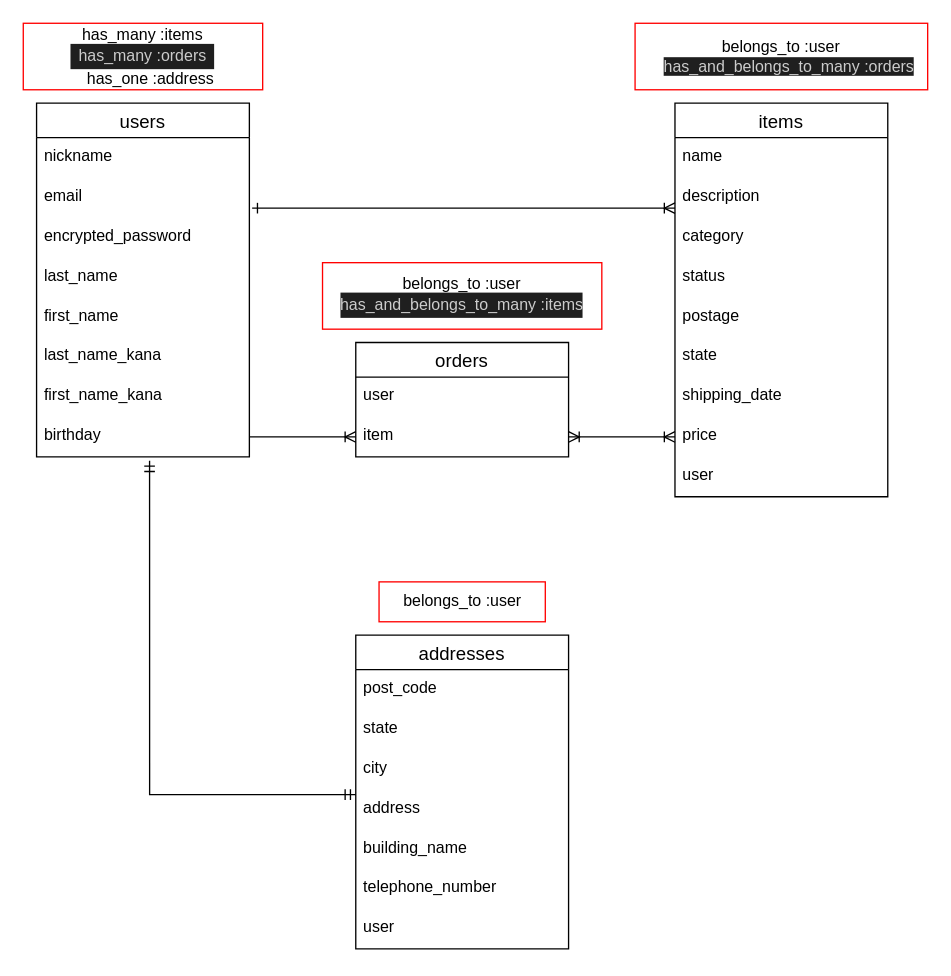
Before: ER.dio in Kazuho1222/furima-39147, a draw.io diagram. Source tidied: cells renumbered, new cells numbered last; positions are measured from the earlier drawing's top-left corner, leaving out a move shared by most shapes. Both pictures are drawn from the tidied source at 133%, with x=0, y=0 at pixel (23, 23).
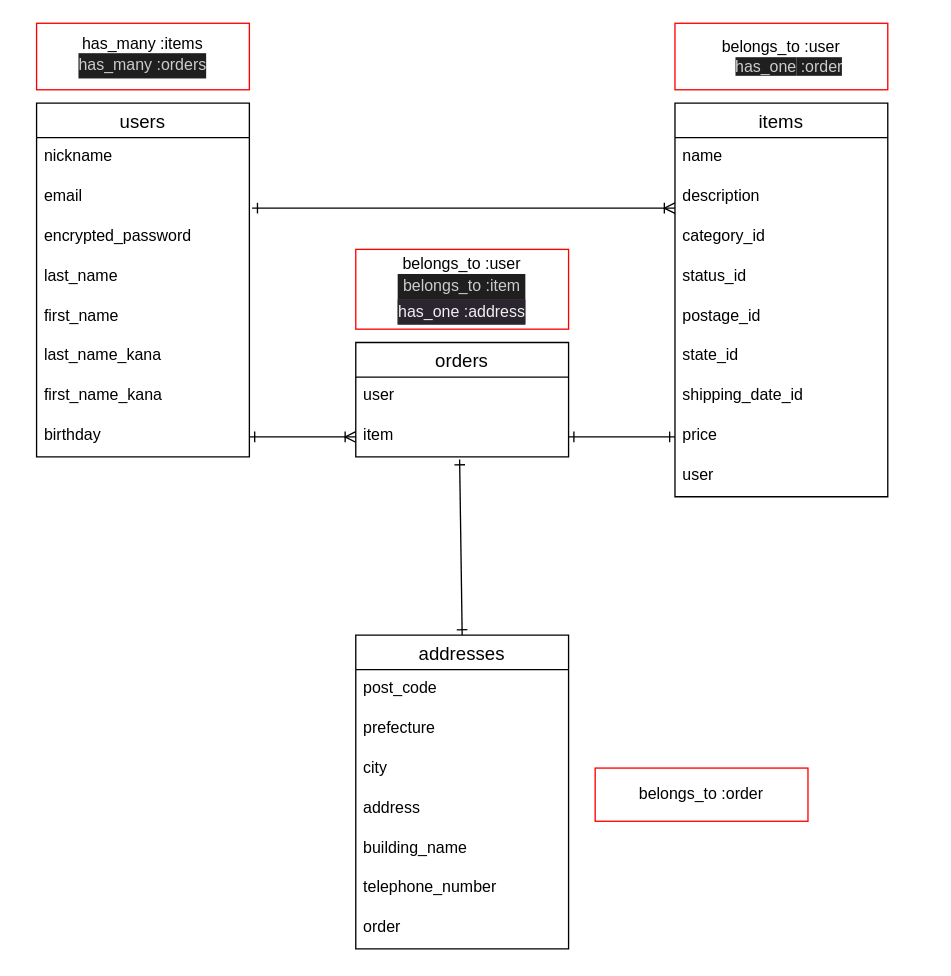
The same page after the edit.

Commit message (it also covers changes not shown here):
データベース設計の修正2

Unchanged cells that the change refers to:
```xml
<mxCell id="10" value="birthday" style="text;strokeColor=none;fillColor=none;spacingLeft=4;spacingRight=4;overflow=hidden;points=[[0,0.5],[1,0.5]];portConstraint=eastwest;fontSize=12;" parent="2" vertex="1">
  <mxGeometry y="236" width="160" height="30" as="geometry" />
</mxCell>
<mxCell id="11" value="items" style="swimlane;fontStyle=0;horizontal=1;startSize=26;align=center;fontSize=14;" parent="1" vertex="1">
  <mxGeometry x="490" y="60" width="160" height="296" as="geometry" />
</mxCell>
<mxCell id="19" value="price" style="text;strokeColor=none;fillColor=none;spacingLeft=4;spacingRight=4;overflow=hidden;points=[[0,0.5],[1,0.5]];portConstraint=eastwest;fontSize=12;" parent="11" vertex="1">
  <mxGeometry y="236" width="160" height="30" as="geometry" />
</mxCell>
<mxCell id="21" value="addresses" style="swimlane;fontStyle=0;horizontal=1;startSize=26;align=center;fontSize=14;" parent="1" vertex="1">
  <mxGeometry x="250" y="460" width="160" height="236" as="geometry" />
</mxCell>
<mxCell id="25" value="address" style="text;strokeColor=none;fillColor=none;spacingLeft=4;spacingRight=4;overflow=hidden;points=[[0,0.5],[1,0.5]];portConstraint=eastwest;fontSize=12;" parent="21" vertex="1">
  <mxGeometry y="116" width="160" height="30" as="geometry" />
</mxCell>
<mxCell id="36" value="item" style="text;strokeColor=none;fillColor=none;spacingLeft=4;spacingRight=4;overflow=hidden;points=[[0,0.5],[1,0.5]];portConstraint=eastwest;fontSize=12;" parent="34" vertex="1">
  <mxGeometry y="56" width="160" height="30" as="geometry" />
</mxCell>
```

Change to the diagram source:
```diff
@@
-    <mxCell id="14" value="category" style="text;strokeColor=none;fillColor=none;spacingLeft=4;spacingRight=4;overflow=hidden;fontSize=12;" parent="11" vertex="1">
+    <mxCell id="14" value="category_id" style="text;strokeColor=none;fillColor=none;spacingLeft=4;spacingRight=4;overflow=hidden;fontSize=12;" parent="11" vertex="1">
       <mxGeometry y="86" width="160" height="30" as="geometry" />
     </mxCell>
-    <mxCell id="15" value="status" style="text;strokeColor=none;fillColor=none;spacingLeft=4;spacingRight=4;overflow=hidden;fontSize=12;" parent="11" vertex="1">
+    <mxCell id="15" value="status_id" style="text;strokeColor=none;fillColor=none;spacingLeft=4;spacingRight=4;overflow=hidden;fontSize=12;" parent="11" vertex="1">
       <mxGeometry y="116" width="160" height="30" as="geometry" />
     </mxCell>
-    <mxCell id="16" value="postage" style="text;strokeColor=none;fillColor=none;spacingLeft=4;spacingRight=4;overflow=hidden;fontSize=12;" parent="11" vertex="1">
+    <mxCell id="16" value="postage_id" style="text;strokeColor=none;fillColor=none;spacingLeft=4;spacingRight=4;overflow=hidden;fontSize=12;" parent="11" vertex="1">
       <mxGeometry y="146" width="160" height="30" as="geometry" />
     </mxCell>
-    <mxCell id="17" value="state" style="text;strokeColor=none;fillColor=none;spacingLeft=4;spacingRight=4;overflow=hidden;fontSize=12;" parent="11" vertex="1">
+    <mxCell id="17" value="state_id" style="text;strokeColor=none;fillColor=none;spacingLeft=4;spacingRight=4;overflow=hidden;fontSize=12;" parent="11" vertex="1">
       <mxGeometry y="176" width="160" height="30" as="geometry" />
     </mxCell>
-    <mxCell id="18" value="shipping_date" style="text;strokeColor=none;fillColor=none;spacingLeft=4;spacingRight=4;overflow=hidden;fontSize=12;" parent="11" vertex="1">
+    <mxCell id="18" value="shipping_date_id" style="text;strokeColor=none;fillColor=none;spacingLeft=4;spacingRight=4;overflow=hidden;fontSize=12;" parent="11" vertex="1">
       <mxGeometry y="206" width="160" height="30" as="geometry" />
     </mxCell>
@@
+    <mxCell id="40" style="edgeStyle=none;html=1;exitX=0.5;exitY=0;exitDx=0;exitDy=0;entryX=0.488;entryY=1.067;entryDx=0;entryDy=0;entryPerimeter=0;startArrow=ERone;startFill=0;endArrow=ERone;endFill=0;" parent="1" edge="1" source="21" target="36">
+      <mxGeometry relative="1" as="geometry" />
+    </mxCell>
@@
-    <mxCell id="23" value="state" style="text;strokeColor=none;fillColor=none;spacingLeft=4;spacingRight=4;overflow=hidden;fontSize=12;" parent="21" vertex="1">
+    <mxCell id="23" value="prefecture" style="text;strokeColor=none;fillColor=none;spacingLeft=4;spacingRight=4;overflow=hidden;fontSize=12;" parent="21" vertex="1">
       <mxGeometry y="56" width="160" height="30" as="geometry" />
     </mxCell>
@@
-    <mxCell id="28" value="user" style="text;strokeColor=none;fillColor=none;spacingLeft=4;spacingRight=4;overflow=hidden;fontSize=12;" parent="21" vertex="1">
+    <mxCell id="28" value="order" style="text;strokeColor=none;fillColor=none;spacingLeft=4;spacingRight=4;overflow=hidden;fontSize=12;" parent="21" vertex="1">
       <mxGeometry y="206" width="160" height="30" as="geometry" />
     </mxCell>
@@
-    <mxCell id="30" style="fontSize=12;html=1;endArrow=ERmandOne;startArrow=ERmandOne;rounded=0;strokeWidth=1;sourcePerimeterSpacing=0;jumpSize=10;entryX=0.531;entryY=1.1;entryDx=0;entryDy=0;entryPerimeter=0;exitX=0;exitY=0.133;exitDx=0;exitDy=0;exitPerimeter=0;" parent="1" edge="1" source="25" target="10">
-      <mxGeometry relative="1" as="geometry">
-        <Array as="points">
-          <mxPoint x="95" y="580" />
-        </Array>
-      </mxGeometry>
-    </mxCell>
-    <mxCell id="31" value="&lt;div&gt;has_many :items&lt;/div&gt;&lt;div&gt;&lt;div style=&quot;color: rgb(204, 204, 204); background-color: rgb(31, 31, 31); line-height: 19px;&quot;&gt;&lt;font style=&quot;font-size: 12px;&quot;&gt;has_many :orders&lt;/font&gt;&lt;/div&gt;&lt;/div&gt;&lt;div&gt;　has_one :address&lt;/div&gt;" style="whiteSpace=wrap;html=1;align=center;strokeColor=#FF0000;fillColor=none;" parent="1" vertex="1">
-      <mxGeometry width="180" height="50" as="geometry" />
+    <mxCell id="31" value="&lt;div&gt;has_many :items&lt;/div&gt;&lt;div&gt;&lt;div style=&quot;color: rgb(204, 204, 204); background-color: rgb(31, 31, 31); line-height: 19px;&quot;&gt;&lt;font style=&quot;font-size: 12px;&quot;&gt;has_many :orders&lt;/font&gt;&lt;/div&gt;&lt;/div&gt;" style="whiteSpace=wrap;html=1;align=center;strokeColor=#FF0000;fillColor=none;" parent="1" vertex="1">
+      <mxGeometry x="10" width="160" height="50" as="geometry" />
     </mxCell>
-    <mxCell id="32" value="&lt;div style=&quot;&quot;&gt;&lt;font style=&quot;font-size: 12px;&quot;&gt;belongs_to :user&lt;/font&gt;&lt;/div&gt;&lt;div style=&quot;&quot;&gt;&lt;font style=&quot;font-size: 12px;&quot;&gt;　&lt;span style=&quot;background-color: rgb(31, 31, 31); color: rgb(204, 204, 204);&quot;&gt;has_and_belongs_to_many :orders&lt;/span&gt;&lt;/font&gt;&lt;/div&gt;" style="whiteSpace=wrap;html=1;align=center;strokeColor=#FF0000;fillColor=none;" parent="1" vertex="1">
-      <mxGeometry x="460" width="220" height="50" as="geometry" />
+    <mxCell id="32" value="&lt;div style=&quot;&quot;&gt;&lt;font style=&quot;font-size: 12px;&quot;&gt;belongs_to :user&lt;/font&gt;&lt;/div&gt;&lt;div style=&quot;&quot;&gt;&lt;font style=&quot;font-size: 12px;&quot;&gt;　&lt;span style=&quot;background-color: rgb(31, 31, 31); color: rgb(204, 204, 204);&quot;&gt;has_one&lt;/span&gt;&lt;/font&gt;&lt;span style=&quot;background-color: rgb(31, 31, 31); color: rgb(204, 204, 204);&quot;&gt;&amp;nbsp;:order&lt;/span&gt;&lt;/div&gt;" style="whiteSpace=wrap;html=1;align=center;strokeColor=#FF0000;fillColor=none;" parent="1" vertex="1">
+      <mxGeometry x="490" width="160" height="50" as="geometry" />
     </mxCell>
-    <mxCell id="33" value="&lt;div&gt;belongs_to :user&lt;/div&gt;&lt;div&gt;&lt;div style=&quot;color: rgb(204, 204, 204); background-color: rgb(31, 31, 31); line-height: 19px;&quot;&gt;&lt;font style=&quot;font-size: 12px;&quot;&gt;has_and_belongs_to_many :items&lt;/font&gt;&lt;/div&gt;&lt;/div&gt;" style="whiteSpace=wrap;html=1;align=center;strokeColor=#FF0000;fillColor=none;" parent="1" vertex="1">
-      <mxGeometry x="225" y="180" width="210" height="50" as="geometry" />
+    <mxCell id="33" value="&lt;div&gt;belongs_to :user&lt;/div&gt;&lt;div&gt;&lt;div style=&quot;color: rgb(204, 204, 204); background-color: rgb(31, 31, 31); line-height: 19px;&quot;&gt;&lt;font style=&quot;font-size: 12px;&quot;&gt;belongs_to :item&lt;/font&gt;&lt;/div&gt;&lt;/div&gt;&lt;div style=&quot;color: rgb(204, 204, 204); background-color: rgb(31, 31, 31); line-height: 19px;&quot;&gt;&lt;font style=&quot;font-size: 12px;&quot;&gt;&lt;div style=&quot;color: rgb(240, 240, 240); background-color: rgb(42, 37, 47);&quot;&gt;has_one :address&lt;/div&gt;&lt;div style=&quot;color: rgb(240, 240, 240); background-color: rgb(42, 37, 47);&quot;&gt;&lt;/div&gt;&lt;/font&gt;&lt;/div&gt;" style="whiteSpace=wrap;html=1;align=center;strokeColor=#FF0000;fillColor=none;" parent="1" vertex="1">
+      <mxGeometry x="250" y="170" width="160" height="60" as="geometry" />
     </mxCell>
@@
-    <mxCell id="37" value="&lt;div&gt;belongs_to :user&lt;/div&gt;" style="whiteSpace=wrap;html=1;align=center;strokeColor=#FF0000;fillColor=none;" parent="1" vertex="1">
-      <mxGeometry x="267.5" y="420" width="125" height="30" as="geometry" />
+    <mxCell id="37" value="&lt;div&gt;&lt;span style=&quot;background-color: initial;&quot;&gt;belongs_to :order&lt;/span&gt;&lt;br&gt;&lt;/div&gt;" style="whiteSpace=wrap;html=1;align=center;strokeColor=#FF0000;fillColor=none;" parent="1" vertex="1">
+      <mxGeometry x="430" y="560" width="160" height="40" as="geometry" />
     </mxCell>
-    <mxCell id="38" style="edgeStyle=none;html=1;exitX=1;exitY=0.5;exitDx=0;exitDy=0;entryX=0;entryY=0.5;entryDx=0;entryDy=0;fontFamily=Helvetica;fontSize=12;endArrow=ERoneToMany;endFill=0;" parent="1" edge="1" source="10" target="36">
+    <mxCell id="38" style="edgeStyle=none;html=1;exitX=1;exitY=0.5;exitDx=0;exitDy=0;entryX=0;entryY=0.5;entryDx=0;entryDy=0;fontFamily=Helvetica;fontSize=12;endArrow=ERoneToMany;endFill=0;startArrow=ERone;startFill=0;" parent="1" edge="1" source="10" target="36">
       <mxGeometry relative="1" as="geometry" />
     </mxCell>
-    <mxCell id="39" style="edgeStyle=none;html=1;exitX=1;exitY=0.5;exitDx=0;exitDy=0;entryX=0;entryY=0.5;entryDx=0;entryDy=0;fontFamily=Helvetica;fontSize=12;endArrow=ERoneToMany;endFill=0;startArrow=ERoneToMany;startFill=0;" parent="1" edge="1" source="36" target="19">
+    <mxCell id="39" style="edgeStyle=none;html=1;exitX=1;exitY=0.5;exitDx=0;exitDy=0;entryX=0;entryY=0.5;entryDx=0;entryDy=0;fontFamily=Helvetica;fontSize=12;endArrow=ERone;endFill=0;startArrow=ERone;startFill=0;" parent="1" edge="1" source="36" target="19">
       <mxGeometry relative="1" as="geometry" />
     </mxCell>
```
